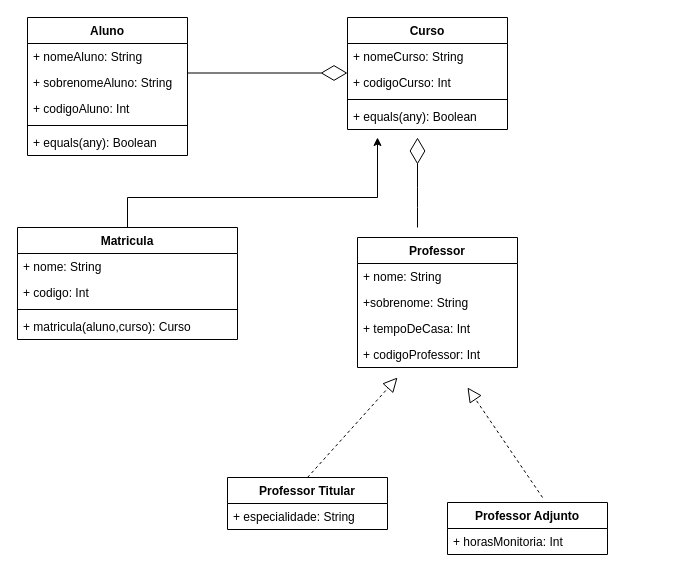
The draw.io diagram DesafioKotlin.drawio in Chrisvaleriano/desafioDH, before the edit. Source tidied: cells renumbered, new cells numbered last; positions are measured from the earlier drawing's top-left corner, leaving out a move shared by most shapes. Both pictures are drawn from the tidied source at 100%, with x=0, y=0 at pixel (17, 17).
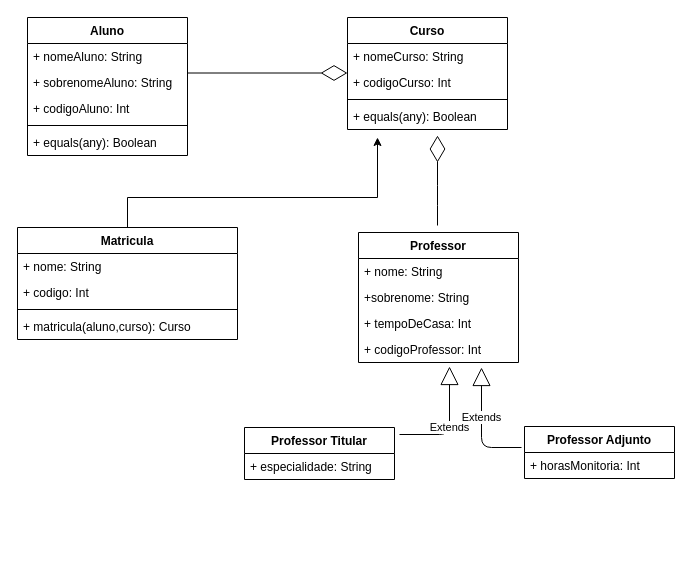
The same diagram, later.

Diff of the diagram source:
```diff
@@
     <mxCell id="2" value="Professor" style="swimlane;fontStyle=1;align=center;verticalAlign=top;horizontal=1;startSize=26;" parent="1" vertex="1">
-      <mxGeometry x="340" y="220" width="160" height="130" as="geometry" />
+      <mxGeometry x="341" y="215" width="160" height="130" as="geometry" />
     </mxCell>
@@
     <mxCell id="8" style="endArrow=diamondThin;endFill=0;endSize=24;html=1;" parent="1" edge="1">
       <mxGeometry relative="1" as="geometry">
-        <mxPoint x="400" y="210" as="sourcePoint" />
-        <mxPoint x="400" y="120" as="targetPoint" />
+        <mxPoint x="420" y="208" as="sourcePoint" />
+        <mxPoint x="420" y="118" as="targetPoint" />
         <Array as="points">
-          <mxPoint x="400" y="180" />
+          <mxPoint x="420" y="178" />
         </Array>
       </mxGeometry>
     </mxCell>
     <mxCell id="9" value="Professor Titular" style="swimlane;fontStyle=1;align=center;verticalAlign=top;horizontal=1;startSize=26;" parent="1" vertex="1">
-      <mxGeometry x="210" y="460" width="160" height="52" as="geometry" />
+      <mxGeometry x="227" y="410" width="150" height="52" as="geometry" />
     </mxCell>
     <mxCell id="10" value="+ especialidade: String" style="text;strokeColor=none;fillColor=none;align=left;verticalAlign=top;spacingLeft=4;spacingRight=4;overflow=hidden;" parent="9" vertex="1">
-      <mxGeometry y="26" width="160" height="26" as="geometry" />
+      <mxGeometry y="26" width="150" height="26" as="geometry" />
     </mxCell>
     <mxCell id="11" value="Professor Adjunto" style="swimlane;fontStyle=1;align=center;verticalAlign=top;horizontal=1;startSize=26;" parent="1" vertex="1">
-      <mxGeometry x="430" y="485" width="160" height="52" as="geometry" />
+      <mxGeometry x="507" y="409" width="150" height="52" as="geometry" />
     </mxCell>
     <mxCell id="12" value="+ horasMonitoria: Int" style="text;strokeColor=none;fillColor=none;align=left;verticalAlign=top;spacingLeft=4;spacingRight=4;overflow=hidden;" parent="11" vertex="1">
-      <mxGeometry y="26" width="160" height="26" as="geometry" />
+      <mxGeometry y="26" width="150" height="26" as="geometry" />
     </mxCell>
-    <mxCell id="13" style="endArrow=block;dashed=1;endFill=0;endSize=12;html=1;" parent="1" edge="1">
-      <mxGeometry relative="1" as="geometry">
-        <mxPoint x="290" y="460" as="sourcePoint" />
-        <mxPoint x="380" y="360" as="targetPoint" />
-      </mxGeometry>
-    </mxCell>
@@
-    <mxCell id="31" style="endArrow=block;dashed=1;endFill=0;endSize=12;html=1;exitX=0.594;exitY=-0.096;exitDx=0;exitDy=0;exitPerimeter=0;" parent="1" edge="1" source="11">
-      <mxGeometry relative="1" as="geometry">
-        <mxPoint x="450" y="370" as="targetPoint" />
-      </mxGeometry>
-    </mxCell>
+    <mxCell id="32" value="Extends" style="endArrow=block;endSize=16;endFill=0;html=1;strokeColor=#000000;" parent="1" edge="1">
+      <mxGeometry x="-0.03" relative="1" as="geometry">
+        <mxPoint x="382" y="417" as="sourcePoint" />
+        <mxPoint x="432" y="349" as="targetPoint" />
+        <Array as="points">
+          <mxPoint x="432" y="417" />
+        </Array>
+      </mxGeometry>
+    </mxCell>
+    <mxCell id="33" value="Extends" style="endArrow=block;endSize=16;endFill=0;html=1;strokeColor=#000000;rounded=1;" parent="1" edge="1">
+      <mxGeometry x="0.17" relative="1" as="geometry">
+        <mxPoint x="504" y="430" as="sourcePoint" />
+        <mxPoint x="464" y="350" as="targetPoint" />
+        <Array as="points">
+          <mxPoint x="464" y="430" />
+        </Array>
+      </mxGeometry>
+    </mxCell>
```
